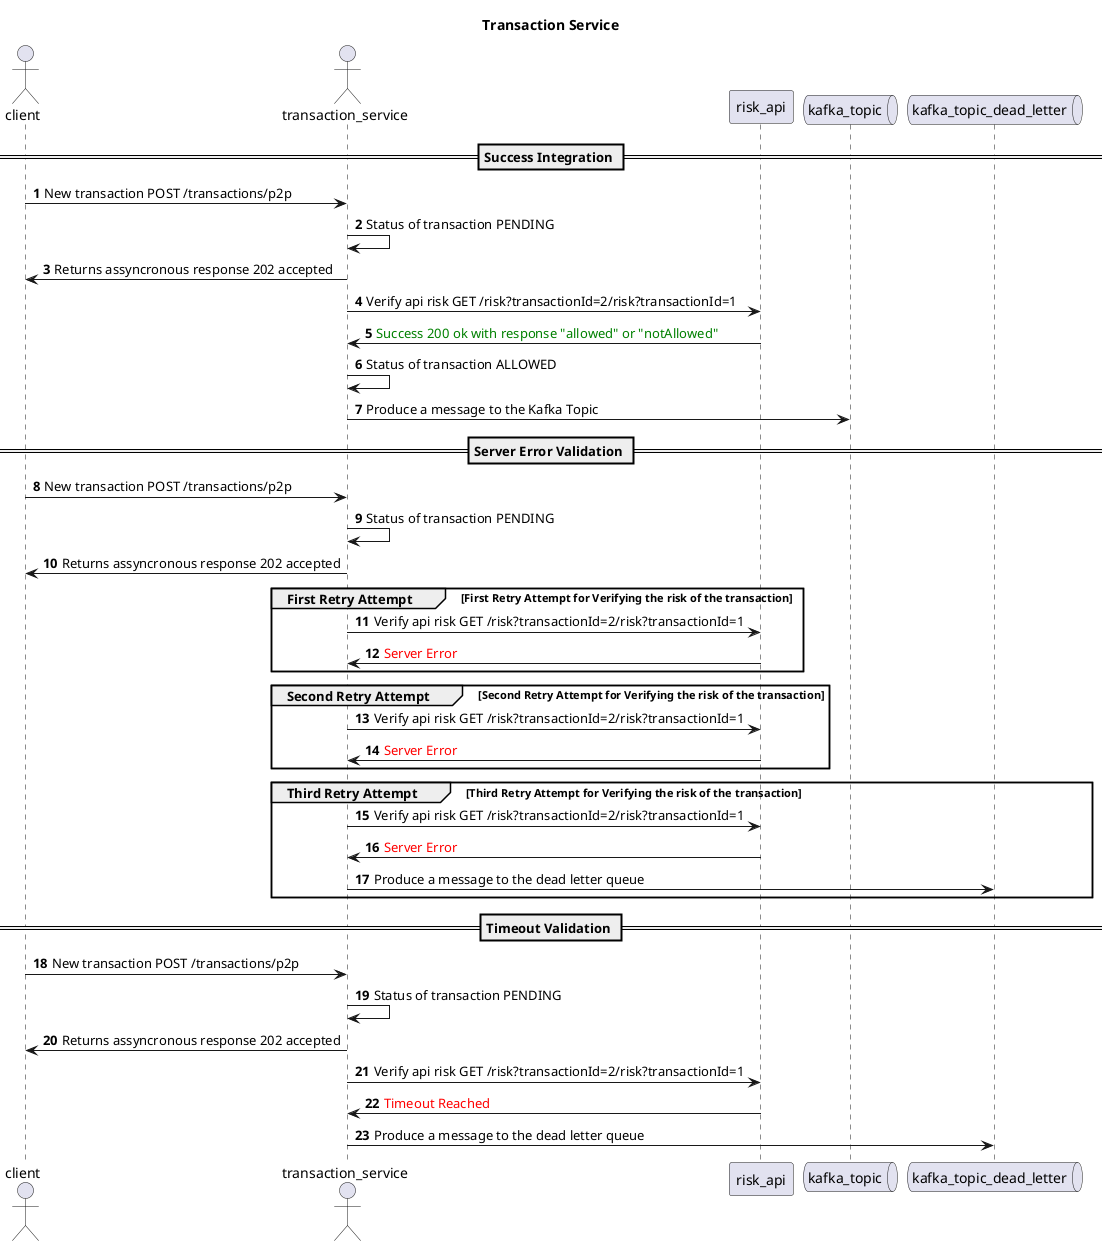
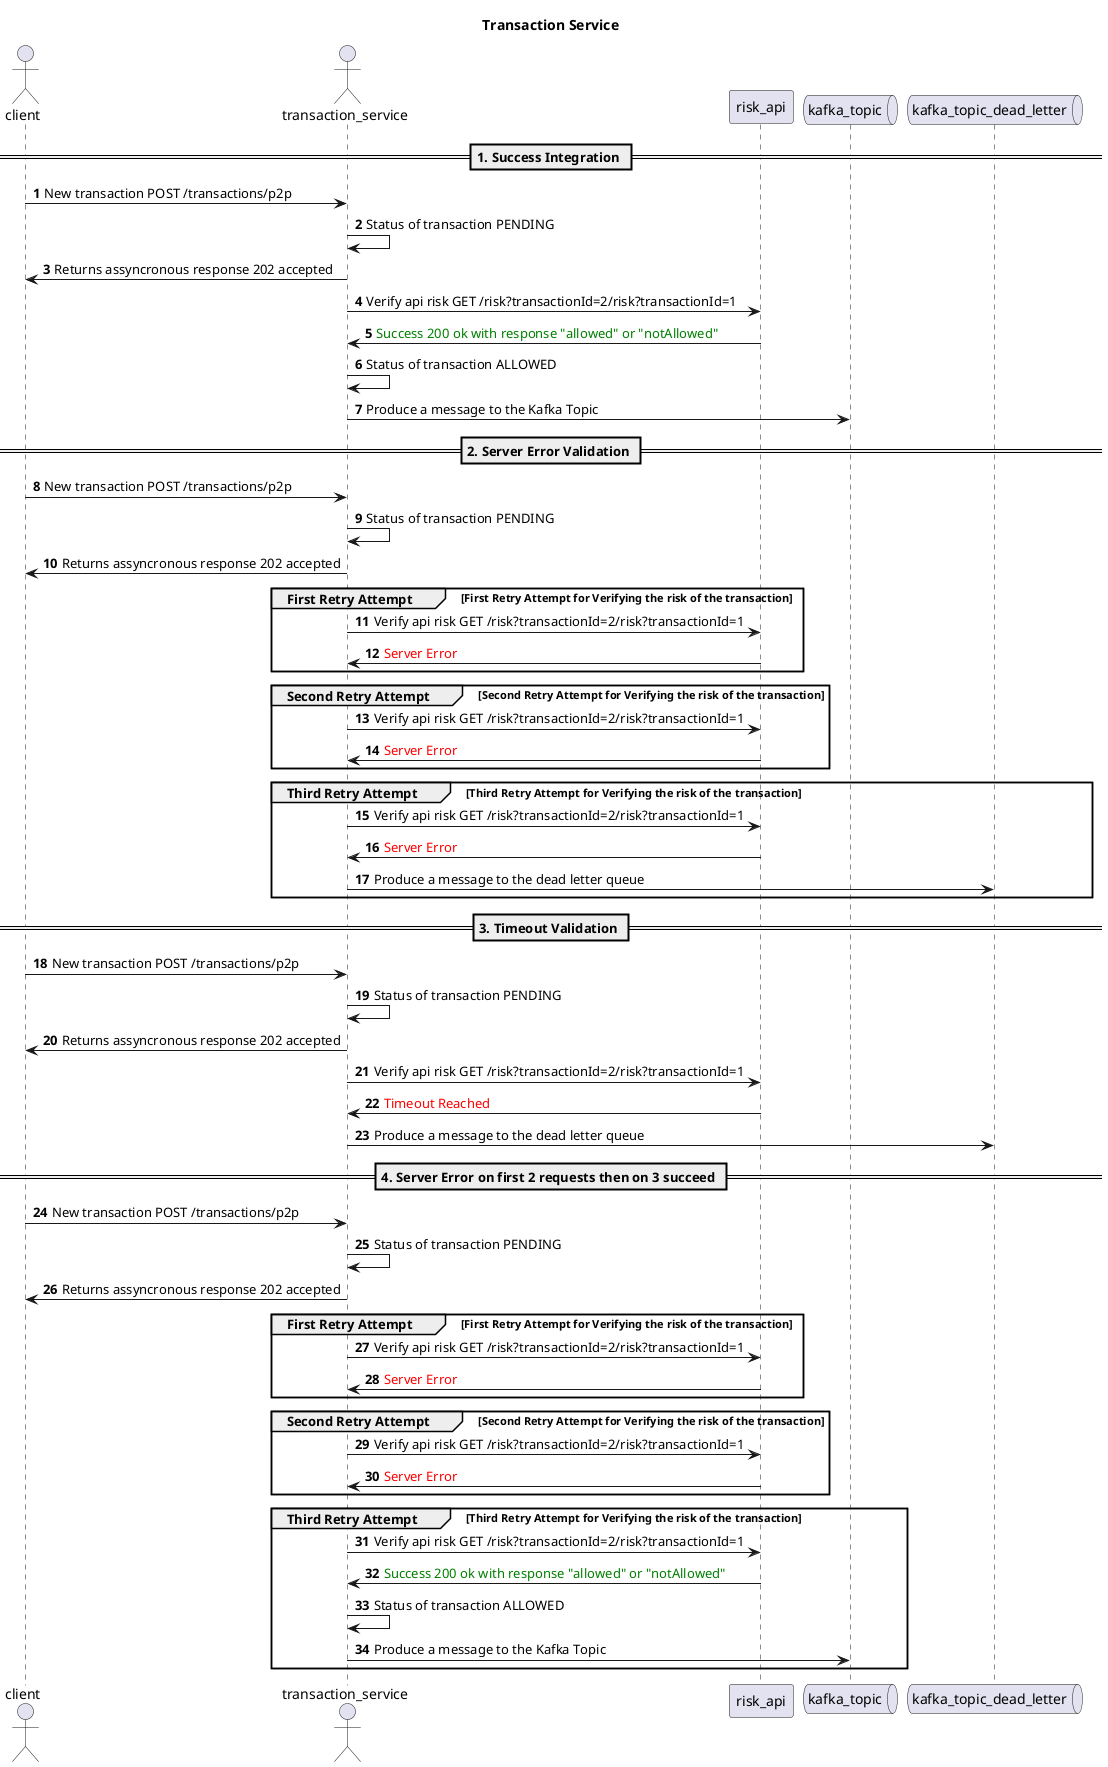
@startuml

title Transaction Service

actor       client
actor       transaction_service as transactionservice
participant risk_api as riskapi
queue       kafka_topic  as kafka_transaction
queue       kafka_topic_dead_letter  as kafka_transaction_dead_letter

- == Success Integration ==
+ == 1. Success Integration ==

autonumber
client -> transactionservice: New transaction POST /transactions/p2p
transactionservice -> transactionservice: Status of transaction PENDING
transactionservice -> client: Returns assyncronous response 202 accepted
transactionservice -> riskapi: Verify api risk GET /risk?transactionId=2/risk?transactionId=1
riskapi -> transactionservice: <color:green>Success 200 ok with response "allowed" or "notAllowed"
transactionservice -> transactionservice: Status of transaction ALLOWED
transactionservice -> kafka_transaction: Produce a message to the Kafka Topic


- == Server Error Validation ==
+ == 2. Server Error Validation ==
client -> transactionservice: New transaction POST /transactions/p2p
transactionservice -> transactionservice: Status of transaction PENDING
transactionservice -> client: Returns assyncronous response 202 accepted

group First Retry Attempt [First Retry Attempt for Verifying the risk of the transaction]
transactionservice -> riskapi: Verify api risk GET /risk?transactionId=2/risk?transactionId=1
riskapi -> transactionservice: <color:red>Server Error
end

group Second Retry Attempt [Second Retry Attempt for Verifying the risk of the transaction]
transactionservice -> riskapi: Verify api risk GET /risk?transactionId=2/risk?transactionId=1
riskapi -> transactionservice: <color:red>Server Error
end

group Third Retry Attempt [Third Retry Attempt for Verifying the risk of the transaction]
transactionservice -> riskapi: Verify api risk GET /risk?transactionId=2/risk?transactionId=1
riskapi -> transactionservice: <color:red>Server Error
transactionservice -> kafka_transaction_dead_letter: Produce a message to the dead letter queue
end


- == Timeout Validation ==
+ == 3. Timeout Validation ==

client -> transactionservice: New transaction POST /transactions/p2p
transactionservice -> transactionservice: Status of transaction PENDING
transactionservice -> client: Returns assyncronous response 202 accepted
transactionservice -> riskapi: Verify api risk GET /risk?transactionId=2/risk?transactionId=1
riskapi -> transactionservice: <color:red>Timeout Reached
transactionservice -> kafka_transaction_dead_letter: Produce a message to the dead letter queue

+ == 4. Server Error on first 2 requests then on 3 succeed ==
+ client -> transactionservice: New transaction POST /transactions/p2p
+ transactionservice -> transactionservice: Status of transaction PENDING
+ transactionservice -> client: Returns assyncronous response 202 accepted
+ 
+ group First Retry Attempt [First Retry Attempt for Verifying the risk of the transaction]
+ transactionservice -> riskapi: Verify api risk GET /risk?transactionId=2/risk?transactionId=1
+ riskapi -> transactionservice: <color:red>Server Error
+ end
+ 
+ group Second Retry Attempt [Second Retry Attempt for Verifying the risk of the transaction]
+ transactionservice -> riskapi: Verify api risk GET /risk?transactionId=2/risk?transactionId=1
+ riskapi -> transactionservice: <color:red>Server Error
+ end
+ 
+ group Third Retry Attempt [Third Retry Attempt for Verifying the risk of the transaction]
+ transactionservice -> riskapi: Verify api risk GET /risk?transactionId=2/risk?transactionId=1
+ riskapi -> transactionservice: <color:green>Success 200 ok with response "allowed" or "notAllowed"
+ transactionservice -> transactionservice: Status of transaction ALLOWED
+ transactionservice -> kafka_transaction: Produce a message to the Kafka Topic
+ end

@enduml